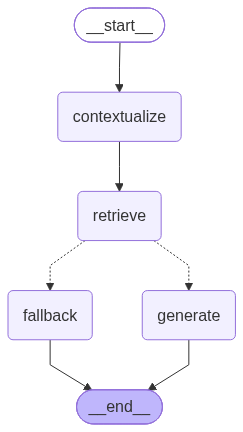
rjacaac211/askmystay-ai keeps this Mermaid diagram as docs/agent-graph.png. Above is the earlier version. Its source is kept beside it as docs/agent-graph.mmd. Its diagram source:
```mermaid
%%{init: {'flowchart': {'curve': 'linear'}}}%%
graph TD;
	__start__([<p>__start__</p>]):::first
	contextualize(contextualize)
	retrieve(retrieve)
	generate(generate)
	fallback(fallback)
	__end__([<p>__end__</p>]):::last
	__start__ --> contextualize;
	contextualize --> retrieve;
	fallback --> __end__;
	generate --> __end__;
	retrieve -.-> generate;
	retrieve -.-> fallback;
	classDef default fill:#f2f0ff,line-height:1.2;
	classDef first fill-opacity:0;
	classDef last fill:#bfb6fc;
```
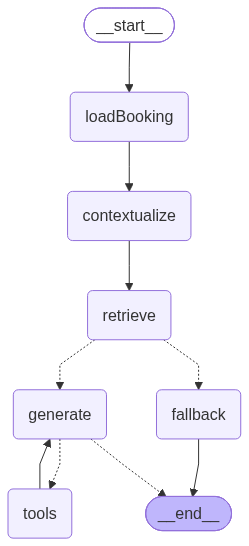
Above is the later version.

Change to the diagram source:
```diff
@@ -1,17 +1,22 @@
 %%{init: {'flowchart': {'curve': 'linear'}}}%%
 graph TD;
 	__start__([<p>__start__</p>]):::first
+	loadBooking(loadBooking)
 	contextualize(contextualize)
 	retrieve(retrieve)
 	generate(generate)
+	tools(tools)
 	fallback(fallback)
 	__end__([<p>__end__</p>]):::last
-	__start__ --> contextualize;
+	__start__ --> loadBooking;
 	contextualize --> retrieve;
 	fallback --> __end__;
-	generate --> __end__;
+	loadBooking --> contextualize;
+	tools --> generate;
 	retrieve -.-> generate;
 	retrieve -.-> fallback;
+	generate -.-> tools;
+	generate -.-> __end__;
 	classDef default fill:#f2f0ff,line-height:1.2;
 	classDef first fill-opacity:0;
 	classDef last fill:#bfb6fc;
```
